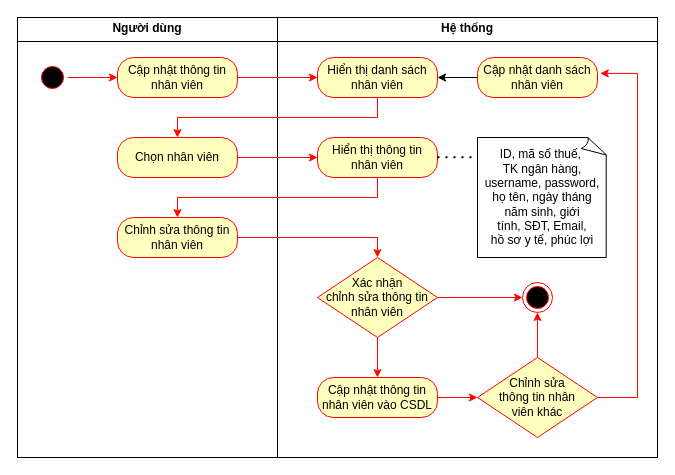
The draw.io diagram Sơ đồ hoạt động UC cập nhật thông tin nhân viên.drawio in HaojackYT/DAA_SA, before the edit. Source tidied: cells renumbered, new cells numbered last; positions are measured from the earlier drawing's top-left corner, leaving out a move shared by most shapes. Both pictures are drawn from the tidied source at 100%, with x=0, y=0 at pixel (17, 17).
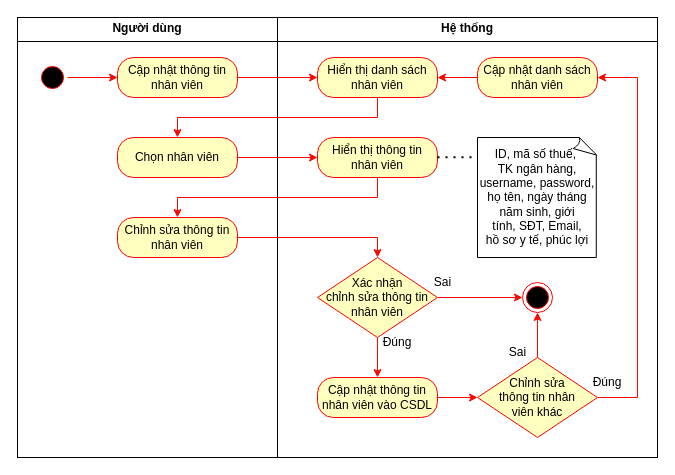
The same page after the edit.

Unchanged cells that the change refers to:
```xml
<mxCell id="9" value="Hiển thị danh sách nhân viên" style="rounded=1;whiteSpace=wrap;html=1;arcSize=40;fontColor=#000000;fillColor=#ffffc0;strokeColor=#ff0000;" parent="1" vertex="1">
  <mxGeometry x="300" y="40" width="120" height="40" as="geometry" />
</mxCell>
<mxCell id="24" value="Chỉnh sửa&lt;br&gt;thông tin nhân&lt;br&gt;viên khác" style="rhombus;whiteSpace=wrap;html=1;fontColor=#000000;fillColor=#ffffc0;strokeColor=#FF0000;" parent="1" vertex="1">
  <mxGeometry x="460" y="340" width="120" height="80" as="geometry" />
</mxCell>
<mxCell id="26" value="Cập nhật danh sách&lt;br&gt;nhân viên" style="rounded=1;whiteSpace=wrap;html=1;arcSize=40;fontColor=#000000;fillColor=#ffffc0;strokeColor=#ff0000;" parent="1" vertex="1">
  <mxGeometry x="460" y="40" width="120" height="40" as="geometry" />
</mxCell>
<mxCell id="27" style="ellipse;html=1;shape=endState;fillColor=#000000;strokeColor=#ff0000;" parent="1" vertex="1">
  <mxGeometry x="505" y="265" width="30" height="30" as="geometry" />
</mxCell>
```

Change to the diagram source:
```diff
@@
     <mxCell id="12" value="ID, mã số thuế,&amp;nbsp;&lt;br&gt;TK ngân hàng,&lt;div&gt;username, password, họ tên,&amp;nbsp;&lt;span style=&quot;background-color: transparent; color: light-dark(rgb(0, 0, 0), rgb(255, 255, 255));&quot;&gt;ngày tháng&lt;/span&gt;&lt;/div&gt;&lt;div&gt;&lt;span style=&quot;background-color: transparent; color: light-dark(rgb(0, 0, 0), rgb(255, 255, 255));&quot;&gt;năm sinh,&amp;nbsp;&lt;/span&gt;&lt;span style=&quot;background-color: transparent; color: light-dark(rgb(0, 0, 0), rgb(255, 255, 255));&quot;&gt;giới tính,&amp;nbsp;&lt;/span&gt;&lt;span style=&quot;background-color: transparent; color: light-dark(rgb(0, 0, 0), rgb(255, 255, 255));&quot;&gt;SĐT, Email,&lt;/span&gt;&lt;/div&gt;&lt;div&gt;&lt;div&gt;&lt;div&gt;hồ sơ y tế, phúc lợi&lt;/div&gt;&lt;/div&gt;&lt;/div&gt;" style="whiteSpace=wrap;html=1;shape=mxgraph.basic.document;align=center;" parent="1" vertex="1">
-      <mxGeometry x="460" y="120" width="130" height="120" as="geometry" />
+      <mxGeometry x="460" y="120" width="120" height="120" as="geometry" />
     </mxCell>
@@
+    <mxCell id="23" style="edgeStyle=orthogonalEdgeStyle;rounded=0;jettySize=auto;html=1;strokeColor=#FF0500;" parent="1" edge="1" source="24" target="27">
+      <mxGeometry relative="1" as="geometry" />
+    </mxCell>
-    <mxCell id="22" style="edgeStyle=orthogonalEdgeStyle;rounded=0;jettySize=auto;html=1;entryX=1.023;entryY=0.397;entryDx=0;entryDy=0;entryPerimeter=0;strokeColor=#FF0500;" parent="1" edge="1" source="24" target="26">
+    <mxCell id="22" style="edgeStyle=orthogonalEdgeStyle;rounded=0;jettySize=auto;html=1;entryX=1;entryY=0.5;entryDx=0;entryDy=0;strokeColor=light-dark(#FF0500,#FFFFFF);" parent="1" edge="1" source="24" target="26">
       <mxGeometry relative="1" as="geometry">
         <Array as="points">
           <mxPoint x="620" y="380" />
-          <mxPoint x="620" y="56" />
+          <mxPoint x="620" y="60" />
         </Array>
       </mxGeometry>
     </mxCell>
-    <mxCell id="23" style="edgeStyle=orthogonalEdgeStyle;rounded=0;jettySize=auto;html=1;strokeColor=#FF0500;" parent="1" edge="1" source="24" target="27">
-      <mxGeometry relative="1" as="geometry" />
-    </mxCell>
@@
-    <mxCell id="25" style="edgeStyle=orthogonalEdgeStyle;rounded=0;jettySize=auto;html=1;" parent="1" edge="1" source="26" target="9">
+    <mxCell id="25" style="edgeStyle=orthogonalEdgeStyle;rounded=0;jettySize=auto;html=1;strokeColor=light-dark(#FF0500,#FFFFFF);" parent="1" edge="1" source="26" target="9">
       <mxGeometry relative="1" as="geometry" />
     </mxCell>
@@
+    <mxCell id="29" value="Đúng" style="text;html=1;align=center;verticalAlign=middle;whiteSpace=wrap;rounded=0;fontFamily=Helvetica;fontSize=12;fontColor=#000000;" parent="1" vertex="1">
+      <mxGeometry x="350" y="310" width="60" height="30" as="geometry" />
+    </mxCell>
+    <mxCell id="30" value="Đúng" style="text;html=1;align=center;verticalAlign=middle;whiteSpace=wrap;rounded=0;fontFamily=Helvetica;fontSize=12;fontColor=#000000;" parent="1" vertex="1">
+      <mxGeometry x="560" y="350" width="60" height="30" as="geometry" />
+    </mxCell>
+    <mxCell id="31" value="Sai" style="text;html=1;align=center;verticalAlign=middle;strokeColor=none;fillColor=none;" parent="1" vertex="1">
+      <mxGeometry x="405" y="250" width="40" height="30" as="geometry" />
+    </mxCell>
+    <mxCell id="32" value="Sai" style="text;html=1;align=center;verticalAlign=middle;strokeColor=none;fillColor=none;" parent="1" vertex="1">
+      <mxGeometry x="480" y="320" width="40" height="30" as="geometry" />
+    </mxCell>
```
